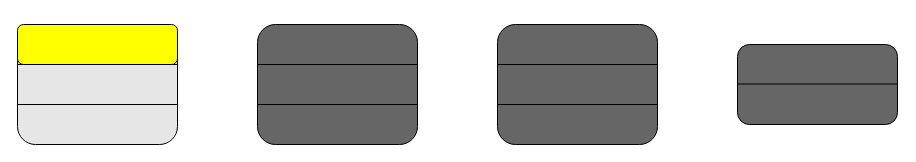
The draw.io diagram rtti.drawio in luxufan/simple-website-template, before the edit. Source tidied: cells renumbered, new cells numbered last; positions are measured from the earlier drawing's top-left corner, leaving out a move shared by most shapes. Both pictures are drawn from the tidied source at 100%, with x=0, y=0 at pixel (17, 24).
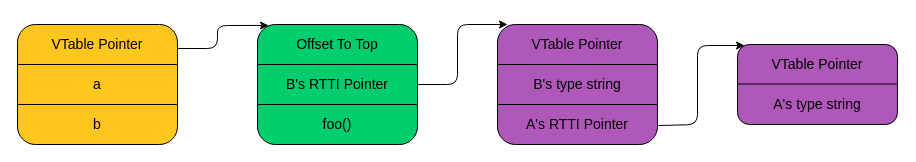
The same diagram, later.

Change to the diagram source:
```diff
@@
-    <mxCell id="2" style="rounded=1;whiteSpace=wrap;html=1;fillColor=#E6E6E6;" parent="1" vertex="1">
+    <mxCell id="2" style="rounded=1;whiteSpace=wrap;html=1;fillColor=#FFC61E;" parent="1" vertex="1">
       <mxGeometry width="160" height="120" as="geometry" />
     </mxCell>
@@
-    <mxCell id="5" style="rounded=1;whiteSpace=wrap;html=1;fillColor=#666666;" parent="1" vertex="1">
+    <mxCell id="5" style="rounded=1;whiteSpace=wrap;html=1;fillColor=#00CD6C;strokeColor=default;" parent="1" vertex="1">
       <mxGeometry x="240" width="160" height="120" as="geometry" />
     </mxCell>
-    <mxCell id="6" style="endArrow=none;html=1;rounded=0;" parent="1" edge="1">
+    <mxCell id="6" style="endArrow=none;html=1;rounded=0;strokeColor=default;" parent="1" edge="1">
       <mxGeometry relative="1" as="geometry">
         <mxPoint x="240" y="40" as="sourcePoint" />
         <mxPoint x="400" y="40" as="targetPoint" />
       </mxGeometry>
     </mxCell>
-    <mxCell id="7" style="endArrow=none;html=1;rounded=0;" parent="1" edge="1">
+    <mxCell id="7" style="endArrow=none;html=1;rounded=0;strokeColor=default;" parent="1" edge="1">
       <mxGeometry relative="1" as="geometry">
         <mxPoint x="240" y="80" as="sourcePoint" />
         <mxPoint x="400" y="80" as="targetPoint" />
       </mxGeometry>
     </mxCell>
-    <mxCell id="8" style="rounded=1;whiteSpace=wrap;html=1;fillColor=#666666;" parent="1" vertex="1">
+    <mxCell id="8" style="rounded=1;whiteSpace=wrap;html=1;fillColor=#AF58BA;strokeColor=default;" parent="1" vertex="1">
       <mxGeometry x="480" width="160" height="120" as="geometry" />
     </mxCell>
-    <mxCell id="9" style="endArrow=none;html=1;rounded=0;" parent="1" edge="1">
+    <mxCell id="9" style="endArrow=none;html=1;rounded=0;strokeColor=default;" parent="1" edge="1">
       <mxGeometry relative="1" as="geometry">
         <mxPoint x="480" y="40" as="sourcePoint" />
         <mxPoint x="640" y="40" as="targetPoint" />
       </mxGeometry>
     </mxCell>
-    <mxCell id="10" style="endArrow=none;html=1;rounded=0;" parent="1" edge="1">
+    <mxCell id="10" style="endArrow=none;html=1;rounded=0;strokeColor=default;" parent="1" edge="1">
       <mxGeometry relative="1" as="geometry">
         <mxPoint x="480" y="80" as="sourcePoint" />
         <mxPoint x="640" y="80" as="targetPoint" />
       </mxGeometry>
     </mxCell>
-    <mxCell id="11" style="rounded=1;whiteSpace=wrap;html=1;fillColor=#666666;" parent="1" vertex="1">
+    <mxCell id="11" style="rounded=1;whiteSpace=wrap;html=1;fillColor=#AF58BA;strokeColor=default;" parent="1" vertex="1">
       <mxGeometry x="720" y="20" width="160" height="80" as="geometry" />
     </mxCell>
-    <mxCell id="12" style="endArrow=none;html=1;rounded=0;" parent="1" edge="1">
+    <mxCell id="12" style="endArrow=none;html=1;rounded=0;strokeColor=default;" parent="1" edge="1">
       <mxGeometry relative="1" as="geometry">
         <mxPoint x="720" y="59.5" as="sourcePoint" />
         <mxPoint x="880" y="59.5" as="targetPoint" />
       </mxGeometry>
     </mxCell>
-    <mxCell id="13" style="rounded=1;whiteSpace=wrap;html=1;fillColor=#FFFF00;" parent="1" vertex="1">
-      <mxGeometry width="160" height="40" as="geometry" />
-    </mxCell>
+    <mxCell id="14" value="&lt;font style=&quot;font-size: 14px;&quot;&gt;VTable Pointer&lt;/font&gt;" style="rounded=1;whiteSpace=wrap;html=1;fillColor=#FFC61E;strokeColor=#FFC61E;" parent="1" vertex="1">
+      <mxGeometry x="20" y="10" width="120" height="20" as="geometry" />
+    </mxCell>
+    <mxCell id="15" value="&lt;font style=&quot;font-size: 14px;&quot;&gt;a&lt;/font&gt;" style="rounded=1;whiteSpace=wrap;html=1;fillColor=#FFC61E;strokeColor=#FFC61E;" parent="1" vertex="1">
+      <mxGeometry x="20" y="50" width="120" height="20" as="geometry" />
+    </mxCell>
+    <mxCell id="16" value="&lt;font style=&quot;font-size: 14px;&quot;&gt;b&lt;/font&gt;" style="rounded=1;whiteSpace=wrap;html=1;fillColor=#FFC61E;strokeColor=#FFC61E;" parent="1" vertex="1">
+      <mxGeometry x="20" y="90" width="120" height="20" as="geometry" />
+    </mxCell>
+    <mxCell id="17" value="&lt;font style=&quot;font-size: 14px;&quot;&gt;Offset To Top&lt;/font&gt;" style="rounded=1;whiteSpace=wrap;html=1;fillColor=#00CD6C;strokeColor=#00CD6C;" parent="1" vertex="1">
+      <mxGeometry x="260" y="10" width="120" height="20" as="geometry" />
+    </mxCell>
+    <mxCell id="18" value="&lt;font style=&quot;font-size: 14px;&quot;&gt;B's RTTI Pointer&lt;/font&gt;" style="rounded=1;whiteSpace=wrap;html=1;fillColor=#00CD6C;strokeColor=#00CD6C;" parent="1" vertex="1">
+      <mxGeometry x="260" y="50" width="120" height="20" as="geometry" />
+    </mxCell>
+    <mxCell id="19" value="&lt;span style=&quot;font-size: 14px;&quot;&gt;foo()&lt;/span&gt;" style="rounded=1;whiteSpace=wrap;html=1;fillColor=#00CD6C;strokeColor=#00CD6C;" parent="1" vertex="1">
+      <mxGeometry x="260" y="90" width="120" height="20" as="geometry" />
+    </mxCell>
+    <mxCell id="20" value="&lt;font style=&quot;font-size: 14px;&quot;&gt;VTable Pointer&lt;/font&gt;" style="rounded=1;whiteSpace=wrap;html=1;fillColor=#AF58BA;strokeColor=#AF58BA;" parent="1" vertex="1">
+      <mxGeometry x="500" y="10" width="120" height="20" as="geometry" />
+    </mxCell>
+    <mxCell id="21" value="&lt;font style=&quot;font-size: 14px;&quot;&gt;B's type string&lt;/font&gt;" style="rounded=1;whiteSpace=wrap;html=1;fillColor=#AF58BA;strokeColor=#AF58BA;" parent="1" vertex="1">
+      <mxGeometry x="500" y="50" width="120" height="20" as="geometry" />
+    </mxCell>
+    <mxCell id="22" value="&lt;font style=&quot;font-size: 14px;&quot;&gt;A's RTTI Pointer&lt;/font&gt;" style="rounded=1;whiteSpace=wrap;html=1;fillColor=#AF58BA;strokeColor=#AF58BA;" parent="1" vertex="1">
+      <mxGeometry x="500" y="90" width="120" height="20" as="geometry" />
+    </mxCell>
+    <mxCell id="23" value="&lt;span style=&quot;font-size: 14px;&quot;&gt;VTable Pointer&lt;/span&gt;" style="rounded=1;whiteSpace=wrap;html=1;fillColor=#AF58BA;strokeColor=#AF58BA;" parent="1" vertex="1">
+      <mxGeometry x="740" y="30" width="120" height="20" as="geometry" />
+    </mxCell>
+    <mxCell id="24" value="&lt;span style=&quot;font-size: 14px;&quot;&gt;A's type string&lt;/span&gt;" style="rounded=1;whiteSpace=wrap;html=1;fillColor=#AF58BA;strokeColor=#AF58BA;" parent="1" vertex="1">
+      <mxGeometry x="740" y="70" width="120" height="20" as="geometry" />
+    </mxCell>
+    <mxCell id="25" style="endArrow=classic;html=1;rounded=1;entryX=0.069;entryY=0.008;entryDx=0;entryDy=0;entryPerimeter=0;exitX=1;exitY=0.2;exitDx=0;exitDy=0;exitPerimeter=0;strokeColor=default;curved=0;" parent="1" edge="1" source="2" target="5">
+      <mxGeometry relative="1" as="geometry">
+        <Array as="points">
+          <mxPoint x="200" y="24" />
+          <mxPoint x="200" y="1" />
+        </Array>
+      </mxGeometry>
+    </mxCell>
+    <mxCell id="26" style="endArrow=classic;html=1;rounded=1;exitX=1;exitY=0.5;exitDx=0;exitDy=0;strokeColor=default;curved=0;" parent="1" edge="1" source="5">
+      <mxGeometry relative="1" as="geometry">
+        <mxPoint x="490" as="targetPoint" />
+        <Array as="points">
+          <mxPoint x="440" y="60" />
+          <mxPoint x="440" />
+        </Array>
+      </mxGeometry>
+    </mxCell>
+    <mxCell id="27" style="endArrow=classic;html=1;rounded=1;exitX=1.006;exitY=0.842;exitDx=0;exitDy=0;exitPerimeter=0;entryX=0.044;entryY=0.013;entryDx=0;entryDy=0;entryPerimeter=0;flowAnimation=0;shadow=0;strokeColor=default;curved=0;" parent="1" edge="1" source="8" target="11">
+      <mxGeometry relative="1" as="geometry">
+        <Array as="points">
+          <mxPoint x="680" y="100" />
+          <mxPoint x="680" y="21" />
+        </Array>
+      </mxGeometry>
+    </mxCell>
```
